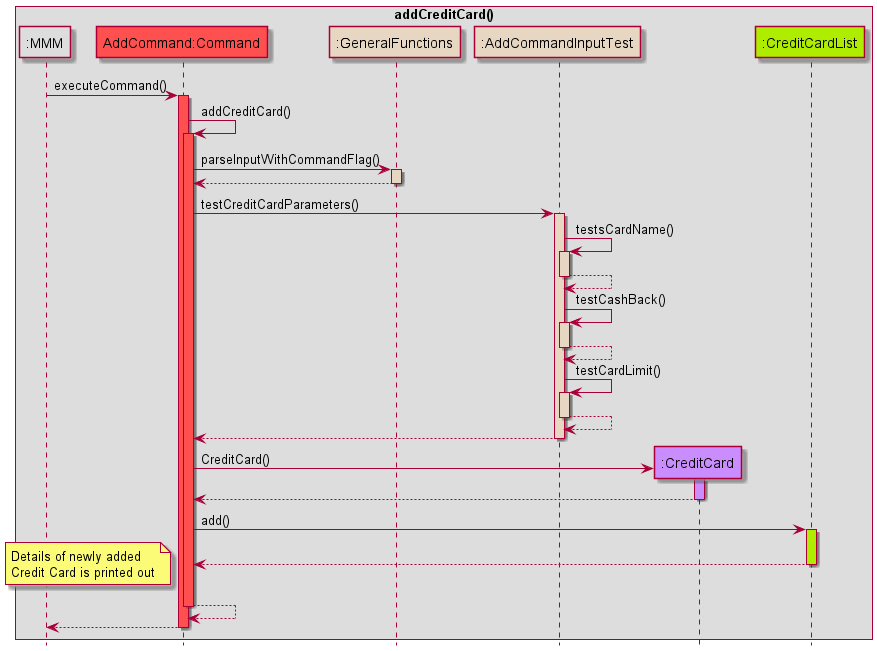
This is docs/images/Add_Credit_Card_Command_Sequence_Diagram.png from nus-cs2113-AY2122S2/tp, a PlantUML export, as it was before one commit.
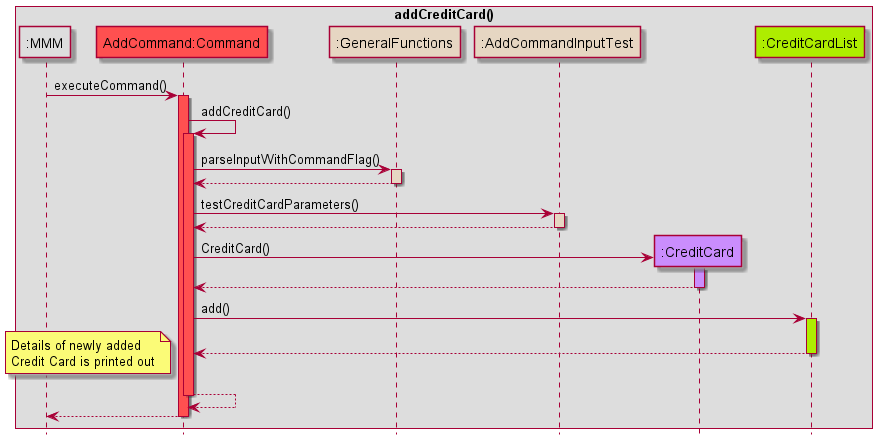
The same file after the commit.

Change to the diagram source:
```diff
@@ -23,23 +23,7 @@
 deactivate GeneralFunctions
 
 AddCommand -> AddCommandInputTest: testCreditCardParameters()
-
 activate AddCommandInputTest HELPER_COLOUR
-
-AddCommandInputTest -> AddCommandInputTest: testsCardName()
-activate AddCommandInputTest HELPER_COLOUR
-AddCommandInputTest --> AddCommandInputTest
-deactivate AddCommandInputTest
-
-AddCommandInputTest -> AddCommandInputTest: testCashBack()
-activate AddCommandInputTest HELPER_COLOUR
-AddCommandInputTest --> AddCommandInputTest
-deactivate AddCommandInputTest
-
-AddCommandInputTest -> AddCommandInputTest: testCardLimit()
-activate AddCommandInputTest HELPER_COLOUR
-AddCommandInputTest --> AddCommandInputTest
-deactivate AddCommandInputTest
 
 AddCommandInputTest --> AddCommand
 deactivate AddCommandInputTest
```
